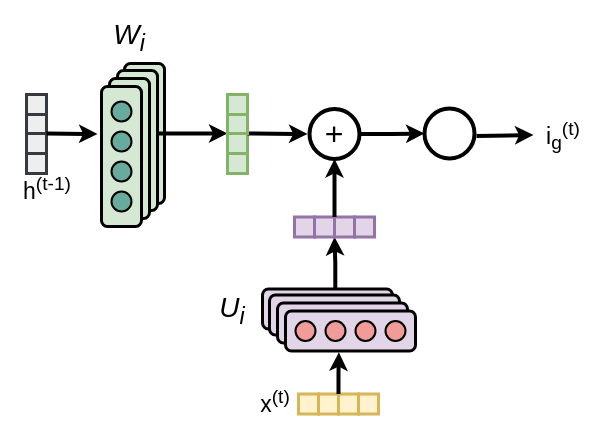
viniciusrpb/drawio_flowcharts keeps this draw.io diagram as lstm_inputgate.drawio. Above is the earlier version. Source tidied: cells renumbered, new cells numbered last; positions are measured from the earlier drawing's top-left corner, leaving out a move shared by most shapes. Both pictures are drawn from the tidied source at 100%, with x=0, y=0 at pixel (17, 22).
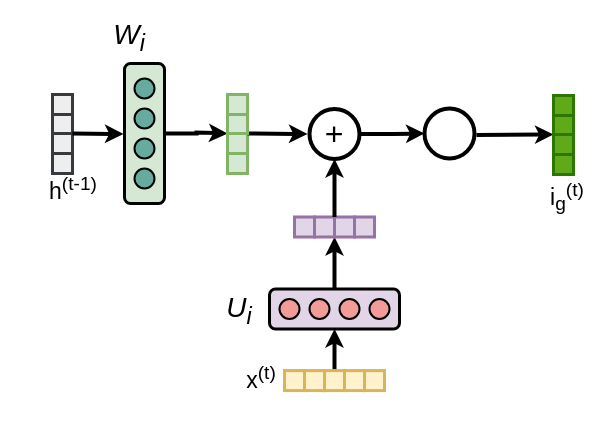
The same diagram, later.

Unchanged cells that the change refers to:
```xml
<mxCell id="8" style="rounded=1;whiteSpace=wrap;html=1;fontSize=12;glass=0;strokeWidth=3;shadow=0;rotation=90;fillColor=#d5e8d4;strokeColor=#000000;" parent="1" vertex="1">
  <mxGeometry x="57" y="91" width="140" height="40" as="geometry" />
</mxCell>
<mxCell id="21" style="rounded=0;whiteSpace=wrap;html=1;strokeWidth=3;fillColor=#e1d5e7;strokeColor=#9673a6;" parent="1" vertex="1">
  <mxGeometry x="317" y="194.5" width="20" height="20" as="geometry" />
</mxCell>
<mxCell id="37" style="rounded=0;whiteSpace=wrap;html=1;strokeWidth=3;fillColor=#d5e8d4;strokeColor=#82b366;" parent="1" vertex="1">
  <mxGeometry x="210" y="111" width="20" height="20" as="geometry" />
</mxCell>
<mxCell id="39" style="rounded=0;whiteSpace=wrap;html=1;strokeWidth=3;fillColor=#d5e8d4;strokeColor=#82b366;" parent="1" vertex="1">
  <mxGeometry x="210" y="91" width="20" height="20" as="geometry" />
</mxCell>
```

The edit, as a diff of the source:
```diff
@@
-    <mxCell id="2" style="edgeStyle=orthogonalEdgeStyle;rounded=0;jettySize=auto;html=1;exitX=0.56;exitY=-0.009;exitDx=0;exitDy=0;entryX=0;entryY=1;entryDx=0;entryDy=0;strokeWidth=4;exitPerimeter=0;" parent="1" edge="1" source="3" target="21">
+    <mxCell id="2" style="edgeStyle=orthogonalEdgeStyle;rounded=0;jettySize=auto;html=1;exitX=0.5;exitY=0;exitDx=0;exitDy=0;entryX=0;entryY=1;entryDx=0;entryDy=0;strokeWidth=4;" parent="1" edge="1" source="3" target="21">
       <mxGeometry relative="1" as="geometry" />
     </mxCell>
     <mxCell id="3" style="rounded=1;whiteSpace=wrap;html=1;fontSize=12;glass=0;strokeWidth=3;shadow=0;fillColor=#e1d5e7;strokeColor=#000000;" parent="1" vertex="1">
-      <mxGeometry x="245" y="266.5" width="130" height="40" as="geometry" />
+      <mxGeometry x="252" y="266.5" width="130" height="40" as="geometry" />
     </mxCell>
     <mxCell id="4" style="ellipse;whiteSpace=wrap;html=1;strokeWidth=2;fillColor=#F19C99;strokeColor=#000000;" parent="1" vertex="1">
-      <mxGeometry x="255" y="276.5" width="20" height="20" as="geometry" />
+      <mxGeometry x="262" y="276.5" width="20" height="20" as="geometry" />
     </mxCell>
     <mxCell id="5" style="ellipse;whiteSpace=wrap;html=1;strokeWidth=2;fillColor=#F19C99;strokeColor=#000000;" parent="1" vertex="1">
-      <mxGeometry x="285" y="276.5" width="20" height="20" as="geometry" />
+      <mxGeometry x="292" y="276.5" width="20" height="20" as="geometry" />
     </mxCell>
     <mxCell id="6" style="ellipse;whiteSpace=wrap;html=1;strokeWidth=2;fillColor=#F19C99;strokeColor=#000000;" parent="1" vertex="1">
-      <mxGeometry x="315" y="276.5" width="20" height="20" as="geometry" />
+      <mxGeometry x="322" y="276.5" width="20" height="20" as="geometry" />
     </mxCell>
     <mxCell id="7" style="ellipse;whiteSpace=wrap;html=1;strokeWidth=2;fillColor=#F19C99;strokeColor=#000000;" parent="1" vertex="1">
-      <mxGeometry x="345" y="276.5" width="20" height="20" as="geometry" />
+      <mxGeometry x="352" y="276.5" width="20" height="20" as="geometry" />
     </mxCell>
+    <mxCell id="73" style="edgeStyle=orthogonalEdgeStyle;rounded=0;jettySize=auto;html=1;exitX=0.5;exitY=0;exitDx=0;exitDy=0;entryX=0;entryY=0;entryDx=0;entryDy=0;strokeWidth=4;" parent="1" edge="1" source="8" target="37">
+      <mxGeometry relative="1" as="geometry">
+        <Array as="points">
+          <mxPoint x="179" y="111" />
+          <mxPoint x="210" y="110" />
+        </Array>
+      </mxGeometry>
+    </mxCell>
@@
     <mxCell id="13" value="x&lt;sup&gt;(t)&lt;/sup&gt;" style="text;html=1;align=center;verticalAlign=middle;whiteSpace=wrap;rounded=0;fontSize=23;strokeWidth=4;" parent="1" vertex="1">
-      <mxGeometry x="228" y="363.5" width="60" height="30" as="geometry" />
+      <mxGeometry x="214" y="340.1" width="60" height="30" as="geometry" />
     </mxCell>
     <mxCell id="14" value="U&lt;sub&gt;i&lt;/sub&gt;" style="text;html=1;align=center;verticalAlign=middle;whiteSpace=wrap;rounded=0;fontSize=28;fontStyle=2;" parent="1" vertex="1">
-      <mxGeometry x="185" y="272.5" width="60" height="30" as="geometry" />
+      <mxGeometry x="192" y="272.5" width="60" height="30" as="geometry" />
     </mxCell>
     <mxCell id="15" style="rounded=0;whiteSpace=wrap;html=1;strokeWidth=3;fillColor=#fff2cc;strokeColor=#d6b656;" parent="1" vertex="1">
-      <mxGeometry x="281" y="371.5" width="20" height="20" as="geometry" />
+      <mxGeometry x="267" y="348.1" width="20" height="20" as="geometry" />
     </mxCell>
     <mxCell id="16" style="rounded=0;whiteSpace=wrap;html=1;strokeWidth=3;fillColor=#fff2cc;strokeColor=#d6b656;" parent="1" vertex="1">
-      <mxGeometry x="301" y="371.5" width="20" height="20" as="geometry" />
+      <mxGeometry x="287" y="348.1" width="20" height="20" as="geometry" />
     </mxCell>
+    <mxCell id="74" style="edgeStyle=orthogonalEdgeStyle;rounded=0;jettySize=auto;html=1;exitX=0.5;exitY=0;exitDx=0;exitDy=0;entryX=0.5;entryY=1;entryDx=0;entryDy=0;strokeWidth=4;" parent="1" edge="1" source="17" target="3">
+      <mxGeometry relative="1" as="geometry" />
+    </mxCell>
     <mxCell id="17" style="rounded=0;whiteSpace=wrap;html=1;strokeWidth=3;fillColor=#fff2cc;strokeColor=#d6b656;" parent="1" vertex="1">
-      <mxGeometry x="321" y="371.5" width="20" height="20" as="geometry" />
+      <mxGeometry x="307" y="348.1" width="20" height="20" as="geometry" />
     </mxCell>
     <mxCell id="18" style="rounded=0;whiteSpace=wrap;html=1;strokeWidth=3;fillColor=#fff2cc;strokeColor=#d6b656;" parent="1" vertex="1">
-      <mxGeometry x="341" y="371.5" width="20" height="20" as="geometry" />
+      <mxGeometry x="327" y="348.1" width="20" height="20" as="geometry" />
     </mxCell>
@@
-    <mxCell id="27" style="endArrow=classic;html=1;rounded=0;exitX=1;exitY=0;exitDx=0;exitDy=0;strokeWidth=4;entryX=0;entryY=0.5;entryDx=0;entryDy=0;" parent="1" edge="1" target="28">
+    <mxCell id="27" style="endArrow=classic;html=1;rounded=0;exitX=1;exitY=0;exitDx=0;exitDy=0;strokeWidth=4;entryX=0;entryY=0;entryDx=0;entryDy=0;" parent="1" edge="1" target="76">
       <mxGeometry relative="1" as="geometry">
-        <mxPoint x="459" y="113.5" as="sourcePoint" />
+        <mxPoint x="459" y="112.5" as="sourcePoint" />
       </mxGeometry>
     </mxCell>
     <mxCell id="28" value="i&lt;sub&gt;g&lt;/sub&gt;&lt;sup&gt;(t)&lt;/sup&gt;" style="text;html=1;align=center;verticalAlign=middle;whiteSpace=wrap;rounded=0;fontSize=23;strokeWidth=4;" parent="1" vertex="1">
-      <mxGeometry x="516" y="97.5" width="60" height="30" as="geometry" />
+      <mxGeometry x="520" y="159" width="60" height="30" as="geometry" />
     </mxCell>
@@
     <mxCell id="30" value="h&lt;sup&gt;(t-1)&lt;/sup&gt;" style="text;html=1;align=center;verticalAlign=middle;whiteSpace=wrap;rounded=0;fontSize=23;strokeWidth=4;" parent="1" vertex="1">
-      <mxGeometry y="151" width="60" height="30" as="geometry" />
+      <mxGeometry x="26" y="151" width="60" height="30" as="geometry" />
     </mxCell>
     <mxCell id="31" style="rounded=0;whiteSpace=wrap;html=1;strokeWidth=3;fillColor=#eeeeee;strokeColor=#36393d;" parent="1" vertex="1">
-      <mxGeometry x="9" y="131" width="20" height="20" as="geometry" />
+      <mxGeometry x="35" y="131" width="20" height="20" as="geometry" />
     </mxCell>
     <mxCell id="32" style="rounded=0;whiteSpace=wrap;html=1;strokeWidth=3;fillColor=#eeeeee;strokeColor=#36393d;" parent="1" vertex="1">
-      <mxGeometry x="9" y="111" width="20" height="20" as="geometry" />
+      <mxGeometry x="35" y="111" width="20" height="20" as="geometry" />
     </mxCell>
     <mxCell id="33" style="rounded=0;whiteSpace=wrap;html=1;strokeWidth=3;fillColor=#eeeeee;strokeColor=#36393d;" parent="1" vertex="1">
-      <mxGeometry x="9" y="91" width="20" height="20" as="geometry" />
+      <mxGeometry x="35" y="91" width="20" height="20" as="geometry" />
     </mxCell>
     <mxCell id="34" style="rounded=0;whiteSpace=wrap;html=1;strokeWidth=3;fillColor=#eeeeee;strokeColor=#36393d;" parent="1" vertex="1">
-      <mxGeometry x="9" y="72" width="20" height="20" as="geometry" />
+      <mxGeometry x="35" y="72" width="20" height="20" as="geometry" />
     </mxCell>
-    <mxCell id="35" style="edgeStyle=orthogonalEdgeStyle;rounded=0;jettySize=auto;html=1;exitX=0.403;exitY=0.054;exitDx=0;exitDy=0;entryX=0;entryY=1;entryDx=0;entryDy=0;strokeWidth=4;exitPerimeter=0;" parent="1" edge="1" source="46" target="39">
-      <mxGeometry relative="1" as="geometry">
-        <Array as="points">
-          <mxPoint x="130" y="111" />
-        </Array>
-      </mxGeometry>
-    </mxCell>
@@
-    <mxCell id="41" style="rounded=1;whiteSpace=wrap;html=1;fontSize=12;glass=0;strokeWidth=3;shadow=0;rotation=90;fillColor=#d5e8d4;strokeColor=#000000;" parent="1" vertex="1">
-      <mxGeometry x="50" y="98" width="140" height="40" as="geometry" />
-    </mxCell>
-    <mxCell id="42" style="ellipse;whiteSpace=wrap;html=1;strokeWidth=2;fillColor=#67AB9F;strokeColor=#000000;" parent="1" vertex="1">
-      <mxGeometry x="110" y="63" width="20" height="20" as="geometry" />
-    </mxCell>
-    <mxCell id="43" style="ellipse;whiteSpace=wrap;html=1;strokeWidth=2;fillColor=#67AB9F;strokeColor=#000000;" parent="1" vertex="1">
-      <mxGeometry x="110" y="93" width="20" height="20" as="geometry" />
-    </mxCell>
-    <mxCell id="44" style="ellipse;whiteSpace=wrap;html=1;strokeWidth=2;fillColor=#67AB9F;strokeColor=#000000;" parent="1" vertex="1">
-      <mxGeometry x="110" y="123" width="20" height="20" as="geometry" />
-    </mxCell>
-    <mxCell id="45" style="ellipse;whiteSpace=wrap;html=1;strokeWidth=2;fillColor=#67AB9F;strokeColor=#000000;" parent="1" vertex="1">
-      <mxGeometry x="110" y="153" width="20" height="20" as="geometry" />
-    </mxCell>
-    <mxCell id="46" style="rounded=1;whiteSpace=wrap;html=1;fontSize=12;glass=0;strokeWidth=3;shadow=0;rotation=90;fillColor=#d5e8d4;strokeColor=#000000;" parent="1" vertex="1">
-      <mxGeometry x="42" y="106" width="140" height="40" as="geometry" />
-    </mxCell>
-    <mxCell id="47" style="ellipse;whiteSpace=wrap;html=1;strokeWidth=2;fillColor=#67AB9F;strokeColor=#000000;" parent="1" vertex="1">
-      <mxGeometry x="102" y="71" width="20" height="20" as="geometry" />
-    </mxCell>
-    <mxCell id="48" style="ellipse;whiteSpace=wrap;html=1;strokeWidth=2;fillColor=#67AB9F;strokeColor=#000000;" parent="1" vertex="1">
-      <mxGeometry x="102" y="101" width="20" height="20" as="geometry" />
-    </mxCell>
-    <mxCell id="49" style="ellipse;whiteSpace=wrap;html=1;strokeWidth=2;fillColor=#67AB9F;strokeColor=#000000;" parent="1" vertex="1">
-      <mxGeometry x="102" y="131" width="20" height="20" as="geometry" />
-    </mxCell>
-    <mxCell id="50" style="ellipse;whiteSpace=wrap;html=1;strokeWidth=2;fillColor=#67AB9F;strokeColor=#000000;" parent="1" vertex="1">
-      <mxGeometry x="102" y="161" width="20" height="20" as="geometry" />
-    </mxCell>
-    <mxCell id="51" style="rounded=1;whiteSpace=wrap;html=1;fontSize=12;glass=0;strokeWidth=3;shadow=0;rotation=90;fillColor=#d5e8d4;strokeColor=#000000;" parent="1" vertex="1">
-      <mxGeometry x="34" y="114" width="140" height="40" as="geometry" />
-    </mxCell>
-    <mxCell id="52" style="ellipse;whiteSpace=wrap;html=1;strokeWidth=2;fillColor=#67AB9F;strokeColor=#000000;" parent="1" vertex="1">
-      <mxGeometry x="94" y="79" width="20" height="20" as="geometry" />
-    </mxCell>
-    <mxCell id="53" style="ellipse;whiteSpace=wrap;html=1;strokeWidth=2;fillColor=#67AB9F;strokeColor=#000000;" parent="1" vertex="1">
-      <mxGeometry x="94" y="109" width="20" height="20" as="geometry" />
-    </mxCell>
-    <mxCell id="54" style="ellipse;whiteSpace=wrap;html=1;strokeWidth=2;fillColor=#67AB9F;strokeColor=#000000;" parent="1" vertex="1">
-      <mxGeometry x="94" y="139" width="20" height="20" as="geometry" />
-    </mxCell>
-    <mxCell id="55" style="ellipse;whiteSpace=wrap;html=1;strokeWidth=2;fillColor=#67AB9F;strokeColor=#000000;" parent="1" vertex="1">
-      <mxGeometry x="94" y="169" width="20" height="20" as="geometry" />
-    </mxCell>
     <mxCell id="56" style="endArrow=classic;html=1;rounded=0;exitX=1;exitY=1;exitDx=0;exitDy=0;strokeWidth=4;" parent="1" edge="1" source="33">
       <mxGeometry relative="1" as="geometry">
-        <mxPoint x="80" y="111.5" as="targetPoint" />
+        <mxPoint x="106" y="111.5" as="targetPoint" />
       </mxGeometry>
     </mxCell>
-    <mxCell id="57" style="rounded=1;whiteSpace=wrap;html=1;fontSize=12;glass=0;strokeWidth=3;shadow=0;fillColor=#e1d5e7;strokeColor=#000000;" parent="1" vertex="1">
-      <mxGeometry x="252" y="272.5" width="130" height="40" as="geometry" />
-    </mxCell>
-    <mxCell id="58" style="ellipse;whiteSpace=wrap;html=1;strokeWidth=2;fillColor=#F19C99;strokeColor=#000000;" parent="1" vertex="1">
-      <mxGeometry x="262" y="282.5" width="20" height="20" as="geometry" />
-    </mxCell>
-    <mxCell id="59" style="ellipse;whiteSpace=wrap;html=1;strokeWidth=2;fillColor=#F19C99;strokeColor=#000000;" parent="1" vertex="1">
-      <mxGeometry x="292" y="282.5" width="20" height="20" as="geometry" />
-    </mxCell>
-    <mxCell id="60" style="ellipse;whiteSpace=wrap;html=1;strokeWidth=2;fillColor=#F19C99;strokeColor=#000000;" parent="1" vertex="1">
-      <mxGeometry x="322" y="282.5" width="20" height="20" as="geometry" />
-    </mxCell>
-    <mxCell id="61" style="ellipse;whiteSpace=wrap;html=1;strokeWidth=2;fillColor=#F19C99;strokeColor=#000000;" parent="1" vertex="1">
-      <mxGeometry x="352" y="282.5" width="20" height="20" as="geometry" />
-    </mxCell>
-    <mxCell id="62" style="rounded=1;whiteSpace=wrap;html=1;fontSize=12;glass=0;strokeWidth=3;shadow=0;fillColor=#e1d5e7;strokeColor=#000000;" parent="1" vertex="1">
-      <mxGeometry x="260" y="280.5" width="130" height="40" as="geometry" />
-    </mxCell>
-    <mxCell id="63" style="ellipse;whiteSpace=wrap;html=1;strokeWidth=2;fillColor=#F19C99;strokeColor=#000000;" parent="1" vertex="1">
-      <mxGeometry x="268" y="288.5" width="20" height="20" as="geometry" />
-    </mxCell>
-    <mxCell id="64" style="ellipse;whiteSpace=wrap;html=1;strokeWidth=2;fillColor=#F19C99;strokeColor=#000000;" parent="1" vertex="1">
-      <mxGeometry x="298" y="288.5" width="20" height="20" as="geometry" />
-    </mxCell>
-    <mxCell id="65" style="ellipse;whiteSpace=wrap;html=1;strokeWidth=2;fillColor=#F19C99;strokeColor=#000000;" parent="1" vertex="1">
-      <mxGeometry x="328" y="288.5" width="20" height="20" as="geometry" />
-    </mxCell>
-    <mxCell id="66" style="ellipse;whiteSpace=wrap;html=1;strokeWidth=2;fillColor=#F19C99;strokeColor=#000000;" parent="1" vertex="1">
-      <mxGeometry x="358" y="288.5" width="20" height="20" as="geometry" />
-    </mxCell>
-    <mxCell id="67" style="rounded=1;whiteSpace=wrap;html=1;fontSize=12;glass=0;strokeWidth=3;shadow=0;fillColor=#e1d5e7;strokeColor=#000000;" parent="1" vertex="1">
-      <mxGeometry x="268" y="288.5" width="130" height="40" as="geometry" />
-    </mxCell>
-    <mxCell id="68" style="ellipse;whiteSpace=wrap;html=1;strokeWidth=2;fillColor=#F19C99;strokeColor=#000000;" parent="1" vertex="1">
-      <mxGeometry x="278" y="298.5" width="20" height="20" as="geometry" />
-    </mxCell>
-    <mxCell id="69" style="ellipse;whiteSpace=wrap;html=1;strokeWidth=2;fillColor=#F19C99;strokeColor=#000000;" parent="1" vertex="1">
-      <mxGeometry x="308" y="298.5" width="20" height="20" as="geometry" />
-    </mxCell>
-    <mxCell id="70" style="ellipse;whiteSpace=wrap;html=1;strokeWidth=2;fillColor=#F19C99;strokeColor=#000000;" parent="1" vertex="1">
-      <mxGeometry x="338" y="298.5" width="20" height="20" as="geometry" />
-    </mxCell>
-    <mxCell id="71" style="ellipse;whiteSpace=wrap;html=1;strokeWidth=2;fillColor=#F19C99;strokeColor=#000000;" parent="1" vertex="1">
-      <mxGeometry x="368" y="298.5" width="20" height="20" as="geometry" />
-    </mxCell>
-    <mxCell id="72" style="edgeStyle=orthogonalEdgeStyle;rounded=0;jettySize=auto;html=1;exitX=0;exitY=0;exitDx=0;exitDy=0;entryX=0.411;entryY=1.034;entryDx=0;entryDy=0;entryPerimeter=0;strokeWidth=4;" parent="1" edge="1" source="17" target="67">
-      <mxGeometry relative="1" as="geometry" />
-    </mxCell>
+    <mxCell id="75" style="rounded=0;whiteSpace=wrap;html=1;strokeWidth=3;fillColor=#60a917;strokeColor=#2D7600;fontColor=#ffffff;" parent="1" vertex="1">
+      <mxGeometry x="536" y="132" width="20" height="20" as="geometry" />
+    </mxCell>
+    <mxCell id="76" style="rounded=0;whiteSpace=wrap;html=1;strokeWidth=3;fillColor=#60a917;strokeColor=#2D7600;fontColor=#ffffff;" parent="1" vertex="1">
+      <mxGeometry x="536" y="112" width="20" height="20" as="geometry" />
+    </mxCell>
+    <mxCell id="77" style="rounded=0;whiteSpace=wrap;html=1;strokeWidth=3;fillColor=#60a917;strokeColor=#2D7600;fontColor=#ffffff;" parent="1" vertex="1">
+      <mxGeometry x="536" y="92" width="20" height="20" as="geometry" />
+    </mxCell>
+    <mxCell id="78" style="rounded=0;whiteSpace=wrap;html=1;strokeWidth=3;fillColor=#60a917;strokeColor=#2D7600;fontColor=#ffffff;" parent="1" vertex="1">
+      <mxGeometry x="536" y="73" width="20" height="20" as="geometry" />
+    </mxCell>
+    <mxCell id="79" style="rounded=0;whiteSpace=wrap;html=1;strokeWidth=3;fillColor=#fff2cc;strokeColor=#d6b656;" parent="1" vertex="1">
+      <mxGeometry x="347" y="348.1" width="20" height="20" as="geometry" />
+    </mxCell>
```
